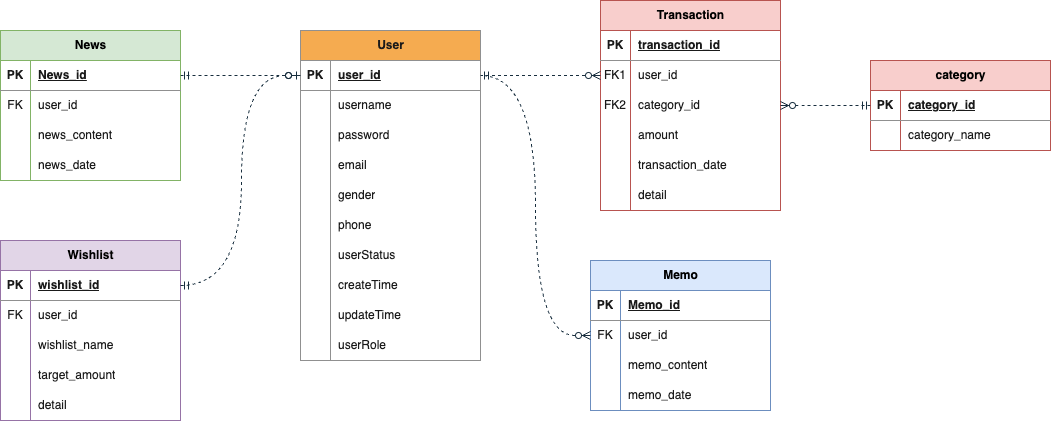
Earlier version of the draw.io export pic/ERD.drawio.png (boyuan1228/EconoMe). Source tidied: cells renumbered, new cells last; positions are measured from the earlier drawing's top-left corner, leaving out a move shared by most shapes.
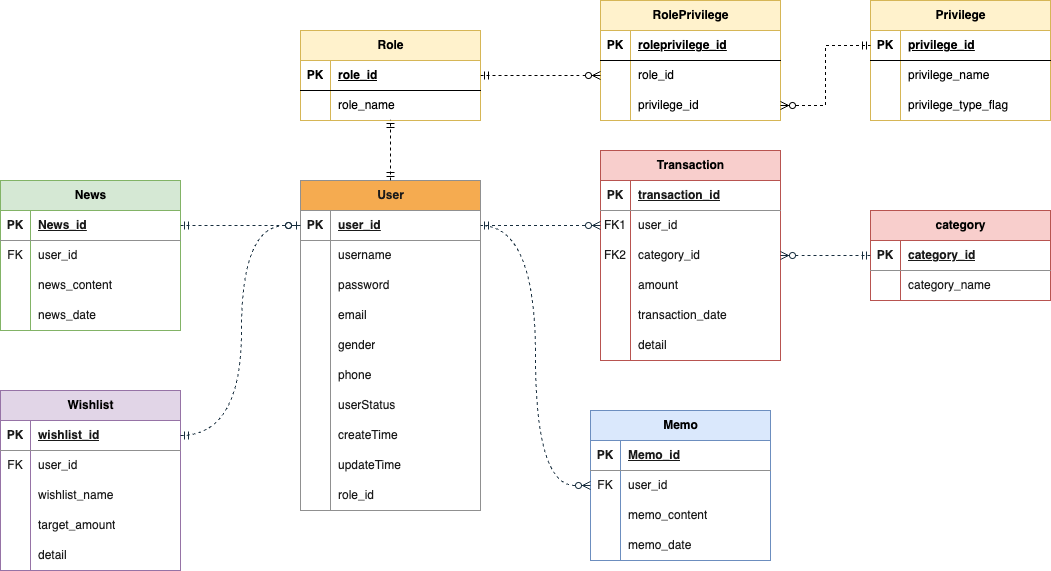
Later version of the same file.

Change to the diagram source:
```diff
@@ -92,9 +92,9 @@
     <mxCell id="31" style="shape=partialRectangle;fillColor=none;top=0;left=0;bottom=0;right=0;overflow=hidden;whiteSpace=wrap;html=1;labelBackgroundColor=none;strokeColor=#909090;fontColor=#1A1A1A;" parent="30" vertex="1">
       <mxGeometry width="30" height="30" as="geometry" />
     </mxCell>
-    <mxCell id="32" value="userRole" style="shape=partialRectangle;fillColor=none;top=0;left=0;bottom=0;right=0;align=left;spacingLeft=6;overflow=hidden;whiteSpace=wrap;html=1;labelBackgroundColor=none;strokeColor=#909090;fontColor=#1A1A1A;" parent="30" vertex="1">
-      <mxGeometry x="30" width="150" height="30" as="geometry" />
-    </mxCell>
+    <mxCell id="106" value="role_id" style="shape=partialRectangle;fillColor=none;top=0;left=0;bottom=0;right=0;align=left;spacingLeft=6;overflow=hidden;whiteSpace=wrap;html=1;labelBackgroundColor=none;strokeColor=#909090;fontColor=#1A1A1A;" parent="30" vertex="1">
+      <mxGeometry x="30" width="150" height="30" as="geometry" />
+    </mxCell>
     <mxCell id="33" value="Transaction" style="shape=table;startSize=30;rowLines=0;fontStyle=1;align=center;html=1;labelBackgroundColor=none;fillColor=#f8cecc;strokeColor=#b85450;" parent="1" vertex="1">
       <mxGeometry x="600" width="180" height="210" as="geometry" />
     </mxCell>
@@ -319,5 +319,95 @@
     <mxCell id="105" style="edgeStyle=orthogonalEdgeStyle;rounded=0;jettySize=auto;html=1;exitX=0;exitY=0.5;exitDx=0;exitDy=0;entryX=1;entryY=0.5;entryDx=0;entryDy=0;dashed=1;startArrow=ERzeroToMany;startFill=0;endArrow=ERmandOne;endFill=0;curved=1;labelBackgroundColor=none;strokeColor=#182E3E;fontColor=default;" parent="1" edge="1" source="81" target="3">
       <mxGeometry relative="1" as="geometry" />
     </mxCell>
+    <mxCell id="107" value="Role" style="shape=table;startSize=30;rowLines=0;fontStyle=1;align=center;html=1;fillColor=#fff2cc;strokeColor=#d6b656;" parent="1" vertex="1">
+      <mxGeometry x="300" y="-120" width="180" height="90" as="geometry" />
+    </mxCell>
+    <mxCell id="108" style="shape=tableRow;horizontal=0;startSize=0;swimlaneHead=0;swimlaneBody=0;fillColor=none;points=[[0,0.5],[1,0.5]];portConstraint=eastwest;top=0;left=0;right=0;bottom=1;" parent="107" vertex="1">
+      <mxGeometry y="30" width="180" height="30" as="geometry" />
+    </mxCell>
+    <mxCell id="109" value="PK" style="shape=partialRectangle;fillColor=none;top=0;left=0;bottom=0;right=0;fontStyle=1;overflow=hidden;whiteSpace=wrap;html=1;" parent="108" vertex="1">
+      <mxGeometry width="30" height="30" as="geometry" />
+    </mxCell>
+    <mxCell id="110" value="role_id" style="shape=partialRectangle;fillColor=none;top=0;left=0;bottom=0;right=0;align=left;spacingLeft=6;fontStyle=5;overflow=hidden;whiteSpace=wrap;html=1;" parent="108" vertex="1">
+      <mxGeometry x="30" width="150" height="30" as="geometry" />
+    </mxCell>
+    <mxCell id="111" style="shape=tableRow;horizontal=0;startSize=0;swimlaneHead=0;swimlaneBody=0;fillColor=none;points=[[0,0.5],[1,0.5]];portConstraint=eastwest;top=0;left=0;right=0;bottom=0;" parent="107" vertex="1">
+      <mxGeometry y="60" width="180" height="30" as="geometry" />
+    </mxCell>
+    <mxCell id="112" style="shape=partialRectangle;fillColor=none;top=0;left=0;bottom=0;right=0;overflow=hidden;whiteSpace=wrap;html=1;" parent="111" vertex="1">
+      <mxGeometry width="30" height="30" as="geometry" />
+    </mxCell>
+    <mxCell id="113" value="role_name" style="shape=partialRectangle;fillColor=none;top=0;left=0;bottom=0;right=0;align=left;spacingLeft=6;overflow=hidden;whiteSpace=wrap;html=1;" parent="111" vertex="1">
+      <mxGeometry x="30" width="150" height="30" as="geometry" />
+    </mxCell>
+    <mxCell id="114" value="Privilege" style="shape=table;startSize=30;rowLines=0;fontStyle=1;align=center;html=1;fillColor=#fff2cc;strokeColor=#d6b656;" parent="1" vertex="1">
+      <mxGeometry x="870" y="-150" width="180" height="120" as="geometry" />
+    </mxCell>
+    <mxCell id="115" style="shape=tableRow;horizontal=0;startSize=0;swimlaneHead=0;swimlaneBody=0;fillColor=none;points=[[0,0.5],[1,0.5]];portConstraint=eastwest;top=0;left=0;right=0;bottom=1;" parent="114" vertex="1">
+      <mxGeometry y="30" width="180" height="30" as="geometry" />
+    </mxCell>
+    <mxCell id="116" value="PK" style="shape=partialRectangle;fillColor=none;top=0;left=0;bottom=0;right=0;fontStyle=1;overflow=hidden;whiteSpace=wrap;html=1;" parent="115" vertex="1">
+      <mxGeometry width="30" height="30" as="geometry" />
+    </mxCell>
+    <mxCell id="117" value="privilege_id" style="shape=partialRectangle;fillColor=none;top=0;left=0;bottom=0;right=0;align=left;spacingLeft=6;fontStyle=5;overflow=hidden;whiteSpace=wrap;html=1;" parent="115" vertex="1">
+      <mxGeometry x="30" width="150" height="30" as="geometry" />
+    </mxCell>
+    <mxCell id="118" style="shape=tableRow;horizontal=0;startSize=0;swimlaneHead=0;swimlaneBody=0;fillColor=none;top=0;left=0;right=0;bottom=0;" parent="114" vertex="1">
+      <mxGeometry y="60" width="180" height="30" as="geometry" />
+    </mxCell>
+    <mxCell id="119" style="shape=partialRectangle;fillColor=none;top=0;left=0;bottom=0;right=0;overflow=hidden;whiteSpace=wrap;html=1;" parent="118" vertex="1">
+      <mxGeometry width="30" height="30" as="geometry" />
+    </mxCell>
+    <mxCell id="120" value="privilege_name" style="shape=partialRectangle;fillColor=none;top=0;left=0;bottom=0;right=0;align=left;spacingLeft=6;overflow=hidden;whiteSpace=wrap;html=1;" parent="118" vertex="1">
+      <mxGeometry x="30" width="150" height="30" as="geometry" />
+    </mxCell>
+    <mxCell id="121" style="shape=tableRow;horizontal=0;startSize=0;swimlaneHead=0;swimlaneBody=0;fillColor=none;top=0;left=0;right=0;bottom=0;" parent="114" vertex="1">
+      <mxGeometry y="90" width="180" height="30" as="geometry" />
+    </mxCell>
+    <mxCell id="122" style="shape=partialRectangle;fillColor=none;top=0;left=0;bottom=0;right=0;overflow=hidden;whiteSpace=wrap;html=1;" parent="121" vertex="1">
+      <mxGeometry width="30" height="30" as="geometry" />
+    </mxCell>
+    <mxCell id="123" value="privilege_type_flag" style="shape=partialRectangle;fillColor=none;top=0;left=0;bottom=0;right=0;align=left;spacingLeft=6;overflow=hidden;whiteSpace=wrap;html=1;" parent="121" vertex="1">
+      <mxGeometry x="30" width="150" height="30" as="geometry" />
+    </mxCell>
+    <mxCell id="124" value="RolePrivilege" style="shape=table;startSize=30;rowLines=0;fontStyle=1;align=center;html=1;fillColor=#fff2cc;strokeColor=#d6b656;" parent="1" vertex="1">
+      <mxGeometry x="600" y="-150" width="180" height="120" as="geometry" />
+    </mxCell>
+    <mxCell id="125" style="shape=tableRow;horizontal=0;startSize=0;swimlaneHead=0;swimlaneBody=0;fillColor=none;top=0;left=0;right=0;bottom=1;" parent="124" vertex="1">
+      <mxGeometry y="30" width="180" height="30" as="geometry" />
+    </mxCell>
+    <mxCell id="126" value="PK" style="shape=partialRectangle;fillColor=none;top=0;left=0;bottom=0;right=0;fontStyle=1;overflow=hidden;whiteSpace=wrap;html=1;" parent="125" vertex="1">
+      <mxGeometry width="30" height="30" as="geometry" />
+    </mxCell>
+    <mxCell id="127" value="roleprivilege_id" style="shape=partialRectangle;fillColor=none;top=0;left=0;bottom=0;right=0;align=left;spacingLeft=6;fontStyle=5;overflow=hidden;whiteSpace=wrap;html=1;" parent="125" vertex="1">
+      <mxGeometry x="30" width="150" height="30" as="geometry" />
+    </mxCell>
+    <mxCell id="128" style="shape=tableRow;horizontal=0;startSize=0;swimlaneHead=0;swimlaneBody=0;fillColor=none;points=[[0,0.5],[1,0.5]];portConstraint=eastwest;top=0;left=0;right=0;bottom=0;" parent="124" vertex="1">
+      <mxGeometry y="60" width="180" height="30" as="geometry" />
+    </mxCell>
+    <mxCell id="129" style="shape=partialRectangle;fillColor=none;top=0;left=0;bottom=0;right=0;overflow=hidden;whiteSpace=wrap;html=1;" parent="128" vertex="1">
+      <mxGeometry width="30" height="30" as="geometry" />
+    </mxCell>
+    <mxCell id="130" value="role_id" style="shape=partialRectangle;fillColor=none;top=0;left=0;bottom=0;right=0;align=left;spacingLeft=6;overflow=hidden;whiteSpace=wrap;html=1;" parent="128" vertex="1">
+      <mxGeometry x="30" width="150" height="30" as="geometry" />
+    </mxCell>
+    <mxCell id="131" style="shape=tableRow;horizontal=0;startSize=0;swimlaneHead=0;swimlaneBody=0;fillColor=none;points=[[0,0.5],[1,0.5]];portConstraint=eastwest;top=0;left=0;right=0;bottom=0;" parent="124" vertex="1">
+      <mxGeometry y="90" width="180" height="30" as="geometry" />
+    </mxCell>
+    <mxCell id="132" style="shape=partialRectangle;fillColor=none;top=0;left=0;bottom=0;right=0;overflow=hidden;whiteSpace=wrap;html=1;" parent="131" vertex="1">
+      <mxGeometry width="30" height="30" as="geometry" />
+    </mxCell>
+    <mxCell id="133" value="privilege_id" style="shape=partialRectangle;fillColor=none;top=0;left=0;bottom=0;right=0;align=left;spacingLeft=6;overflow=hidden;whiteSpace=wrap;html=1;" parent="131" vertex="1">
+      <mxGeometry x="30" width="150" height="30" as="geometry" />
+    </mxCell>
+    <mxCell id="134" style="edgeStyle=orthogonalEdgeStyle;rounded=0;jettySize=auto;html=1;exitX=0.5;exitY=0;exitDx=0;exitDy=0;entryX=0.5;entryY=0.967;entryDx=0;entryDy=0;entryPerimeter=0;startArrow=ERmandOne;startFill=0;endArrow=ERmandOne;endFill=0;dashed=1;" parent="1" edge="1" source="2" target="111">
+      <mxGeometry relative="1" as="geometry" />
+    </mxCell>
+    <mxCell id="135" style="edgeStyle=orthogonalEdgeStyle;rounded=0;jettySize=auto;html=1;exitX=1;exitY=0.5;exitDx=0;exitDy=0;entryX=0;entryY=0.5;entryDx=0;entryDy=0;dashed=1;startArrow=ERmandOne;startFill=0;endArrow=ERzeroToMany;endFill=0;" parent="1" edge="1" source="108" target="128">
+      <mxGeometry relative="1" as="geometry" />
+    </mxCell>
+    <mxCell id="136" style="edgeStyle=orthogonalEdgeStyle;rounded=0;jettySize=auto;html=1;exitX=1;exitY=0.5;exitDx=0;exitDy=0;entryX=0;entryY=0.5;entryDx=0;entryDy=0;dashed=1;startArrow=ERzeroToMany;startFill=0;endArrow=ERmandOne;endFill=0;" parent="1" edge="1" source="131" target="115">
+      <mxGeometry relative="1" as="geometry" />
+    </mxCell>
   </root>
 </mxGraphModel>
```
